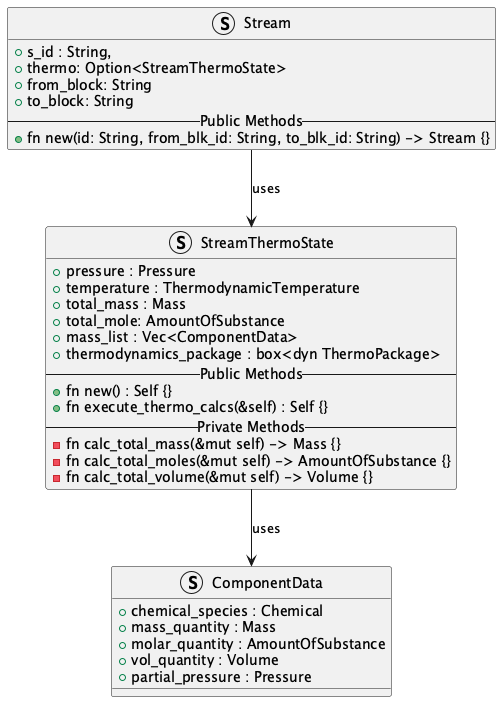
Above: stream-module/connector_module_class_diagram.png in OSCPS-Project/OSCPS-UML (PlantUML), before the change.
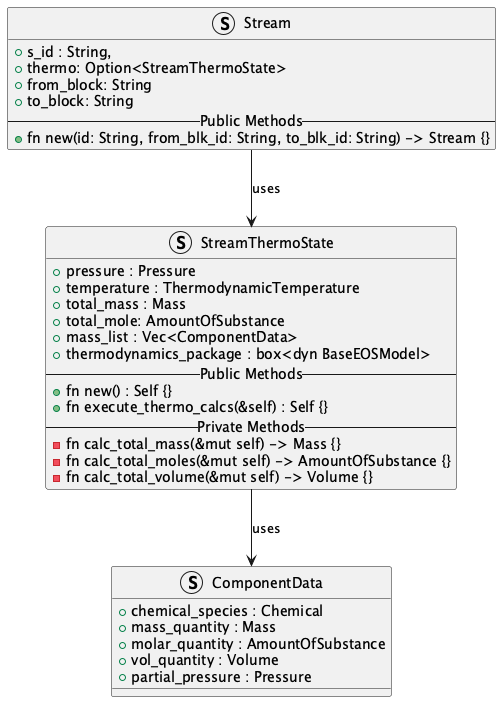
Later version of the same file.

Diff of the diagram source:
```diff
@@ -16,7 +16,7 @@
   + total_mass : Mass
   + total_mole: AmountOfSubstance
   + mass_list : Vec<ComponentData>
-  + thermodynamics_package : box<dyn ThermoPackage>
+  + thermodynamics_package : box<dyn BaseEOSModel>
   --Public Methods--
   + fn new() : Self {}
   + fn execute_thermo_calcs(&self) : Self {}
```
